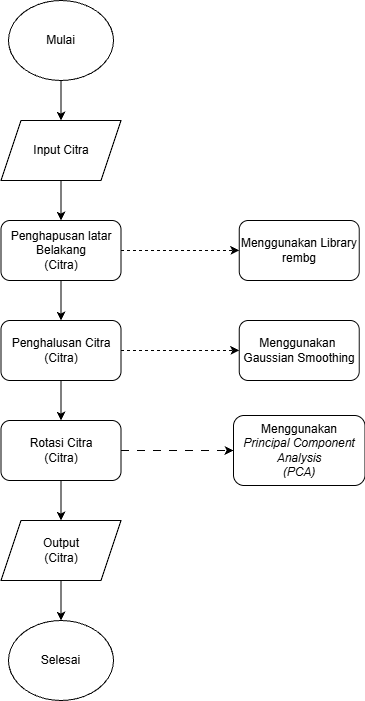
The draw.io diagram docs/latex_source/gambar/Alur Pra-Processing.png in PrabowoD/Skripsi, before a commit. Source tidied: cells renumbered, new cells last; positions are measured from the earlier drawing's top-left corner, leaving out a move shared by most shapes. Source of this version:
```xml
<mxGraphModel>
  <root>
    <mxCell id="0" />
    <mxCell id="1" parent="0" />
    <mxCell id="2" style="edgeStyle=orthogonalEdgeStyle;rounded=0;jettySize=auto;html=1;" parent="1" edge="1" source="3" target="5">
      <mxGeometry relative="1" as="geometry" />
    </mxCell>
    <mxCell id="3" value="Mulai" style="ellipse;whiteSpace=wrap;html=1;" parent="1" vertex="1">
      <mxGeometry x="7" width="105" height="80" as="geometry" />
    </mxCell>
    <mxCell id="4" style="edgeStyle=orthogonalEdgeStyle;rounded=0;jettySize=auto;html=1;" parent="1" edge="1" source="5" target="8">
      <mxGeometry relative="1" as="geometry" />
    </mxCell>
    <mxCell id="5" value="Input Citra" style="shape=parallelogram;perimeter=parallelogramPerimeter;whiteSpace=wrap;html=1;fixedSize=1;" parent="1" vertex="1">
      <mxGeometry x="-0.5" y="120" width="120" height="60" as="geometry" />
    </mxCell>
    <mxCell id="6" style="edgeStyle=orthogonalEdgeStyle;rounded=0;jettySize=auto;html=1;" parent="1" edge="1" source="8" target="11">
      <mxGeometry relative="1" as="geometry" />
    </mxCell>
    <mxCell id="7" style="edgeStyle=orthogonalEdgeStyle;rounded=0;jettySize=auto;html=1;dashed=1;" parent="1" edge="1" source="8" target="17">
      <mxGeometry relative="1" as="geometry" />
    </mxCell>
    <mxCell id="8" value="Penghapusan latar Belakang&lt;br&gt;(Citra)" style="rounded=1;whiteSpace=wrap;html=1;" parent="1" vertex="1">
      <mxGeometry x="-0.5" y="220" width="120" height="60" as="geometry" />
    </mxCell>
    <mxCell id="9" style="edgeStyle=orthogonalEdgeStyle;rounded=0;jettySize=auto;html=1;" parent="1" edge="1" source="11" target="14">
      <mxGeometry relative="1" as="geometry" />
    </mxCell>
    <mxCell id="10" style="edgeStyle=orthogonalEdgeStyle;rounded=0;jettySize=auto;html=1;dashed=1;" parent="1" edge="1" source="11" target="16">
      <mxGeometry relative="1" as="geometry" />
    </mxCell>
    <mxCell id="11" value="Penghalusan Citra&lt;br&gt;(Citra)" style="rounded=1;whiteSpace=wrap;html=1;" parent="1" vertex="1">
      <mxGeometry x="-0.5" y="320" width="120" height="60" as="geometry" />
    </mxCell>
    <mxCell id="12" style="edgeStyle=orthogonalEdgeStyle;rounded=0;jettySize=auto;html=1;dashed=1;dashPattern=8 8;" parent="1" edge="1" source="14" target="15">
      <mxGeometry relative="1" as="geometry" />
    </mxCell>
    <mxCell id="13" style="edgeStyle=orthogonalEdgeStyle;rounded=0;jettySize=auto;html=1;" parent="1" edge="1" source="14" target="19">
      <mxGeometry relative="1" as="geometry" />
    </mxCell>
    <mxCell id="14" value="Rotasi Citra&lt;br&gt;(Citra)" style="rounded=1;whiteSpace=wrap;html=1;" parent="1" vertex="1">
      <mxGeometry x="-0.5" y="420" width="120" height="60" as="geometry" />
    </mxCell>
    <mxCell id="15" value="Menggunakan&lt;br&gt;&lt;i&gt;Principal Component Analysis&lt;br&gt;(PCA)&lt;/i&gt;" style="whiteSpace=wrap;html=1;rounded=1;" parent="1" vertex="1">
      <mxGeometry x="232" y="415" width="131.5" height="70" as="geometry" />
    </mxCell>
    <mxCell id="16" value="Menggunakan&amp;nbsp;&lt;br&gt;Gaussian Smoothing" style="rounded=1;whiteSpace=wrap;html=1;" parent="1" vertex="1">
      <mxGeometry x="237.8" y="320" width="120" height="60" as="geometry" />
    </mxCell>
    <mxCell id="17" value="Menggunakan Library&lt;br&gt;rembg" style="whiteSpace=wrap;html=1;rounded=1;" parent="1" vertex="1">
      <mxGeometry x="237.8" y="220" width="120" height="60" as="geometry" />
    </mxCell>
    <mxCell id="18" style="edgeStyle=orthogonalEdgeStyle;rounded=0;jettySize=auto;html=1;entryX=0.5;entryY=0;entryDx=0;entryDy=0;" parent="1" edge="1" source="19" target="20">
      <mxGeometry relative="1" as="geometry" />
    </mxCell>
    <mxCell id="19" value="Output&lt;br&gt;(Citra)" style="shape=parallelogram;perimeter=parallelogramPerimeter;whiteSpace=wrap;html=1;fixedSize=1;" parent="1" vertex="1">
      <mxGeometry x="-0.5" y="520" width="120" height="60" as="geometry" />
    </mxCell>
    <mxCell id="20" value="Selesai" style="ellipse;whiteSpace=wrap;html=1;" parent="1" vertex="1">
      <mxGeometry x="7" y="620" width="105" height="80" as="geometry" />
    </mxCell>
  </root>
</mxGraphModel>
```
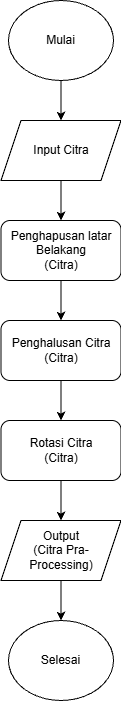
The same file after the commit.

Diff of the diagram source:
```diff
@@ -17,45 +17,27 @@
     <mxCell id="6" style="edgeStyle=orthogonalEdgeStyle;rounded=0;jettySize=auto;html=1;" parent="1" edge="1" source="8" target="11">
       <mxGeometry relative="1" as="geometry" />
     </mxCell>
-    <mxCell id="7" style="edgeStyle=orthogonalEdgeStyle;rounded=0;jettySize=auto;html=1;dashed=1;" parent="1" edge="1" source="8" target="17">
-      <mxGeometry relative="1" as="geometry" />
-    </mxCell>
     <mxCell id="8" value="Penghapusan latar Belakang&lt;br&gt;(Citra)" style="rounded=1;whiteSpace=wrap;html=1;" parent="1" vertex="1">
       <mxGeometry x="-0.5" y="220" width="120" height="60" as="geometry" />
     </mxCell>
     <mxCell id="9" style="edgeStyle=orthogonalEdgeStyle;rounded=0;jettySize=auto;html=1;" parent="1" edge="1" source="11" target="14">
       <mxGeometry relative="1" as="geometry" />
     </mxCell>
-    <mxCell id="10" style="edgeStyle=orthogonalEdgeStyle;rounded=0;jettySize=auto;html=1;dashed=1;" parent="1" edge="1" source="11" target="16">
-      <mxGeometry relative="1" as="geometry" />
-    </mxCell>
     <mxCell id="11" value="Penghalusan Citra&lt;br&gt;(Citra)" style="rounded=1;whiteSpace=wrap;html=1;" parent="1" vertex="1">
       <mxGeometry x="-0.5" y="320" width="120" height="60" as="geometry" />
     </mxCell>
-    <mxCell id="12" style="edgeStyle=orthogonalEdgeStyle;rounded=0;jettySize=auto;html=1;dashed=1;dashPattern=8 8;" parent="1" edge="1" source="14" target="15">
-      <mxGeometry relative="1" as="geometry" />
-    </mxCell>
-    <mxCell id="13" style="edgeStyle=orthogonalEdgeStyle;rounded=0;jettySize=auto;html=1;" parent="1" edge="1" source="14" target="19">
-      <mxGeometry relative="1" as="geometry" />
-    </mxCell>
+    <mxCell id="21" style="edgeStyle=orthogonalEdgeStyle;rounded=0;jettySize=auto;html=1;" parent="1" edge="1" source="14" target="23">
+      <mxGeometry relative="1" as="geometry" />
+    </mxCell>
     <mxCell id="14" value="Rotasi Citra&lt;br&gt;(Citra)" style="rounded=1;whiteSpace=wrap;html=1;" parent="1" vertex="1">
       <mxGeometry x="-0.5" y="420" width="120" height="60" as="geometry" />
     </mxCell>
-    <mxCell id="15" value="Menggunakan&lt;br&gt;&lt;i&gt;Principal Component Analysis&lt;br&gt;(PCA)&lt;/i&gt;" style="whiteSpace=wrap;html=1;rounded=1;" parent="1" vertex="1">
-      <mxGeometry x="232" y="415" width="131.5" height="70" as="geometry" />
-    </mxCell>
-    <mxCell id="16" value="Menggunakan&amp;nbsp;&lt;br&gt;Gaussian Smoothing" style="rounded=1;whiteSpace=wrap;html=1;" parent="1" vertex="1">
-      <mxGeometry x="237.8" y="320" width="120" height="60" as="geometry" />
-    </mxCell>
-    <mxCell id="17" value="Menggunakan Library&lt;br&gt;rembg" style="whiteSpace=wrap;html=1;rounded=1;" parent="1" vertex="1">
-      <mxGeometry x="237.8" y="220" width="120" height="60" as="geometry" />
-    </mxCell>
-    <mxCell id="18" style="edgeStyle=orthogonalEdgeStyle;rounded=0;jettySize=auto;html=1;entryX=0.5;entryY=0;entryDx=0;entryDy=0;" parent="1" edge="1" source="19" target="20">
-      <mxGeometry relative="1" as="geometry" />
-    </mxCell>
-    <mxCell id="19" value="Output&lt;br&gt;(Citra)" style="shape=parallelogram;perimeter=parallelogramPerimeter;whiteSpace=wrap;html=1;fixedSize=1;" parent="1" vertex="1">
-      <mxGeometry x="-0.5" y="520" width="120" height="60" as="geometry" />
-    </mxCell>
+    <mxCell id="22" style="edgeStyle=orthogonalEdgeStyle;rounded=0;jettySize=auto;html=1;entryX=0.5;entryY=0;entryDx=0;entryDy=0;" parent="1" edge="1" source="23" target="20">
+      <mxGeometry relative="1" as="geometry" />
+    </mxCell>
+    <mxCell id="23" value="Output&lt;br&gt;(Citra Pra-Processing)" style="shape=parallelogram;perimeter=parallelogramPerimeter;whiteSpace=wrap;html=1;fixedSize=1;" parent="1" vertex="1">
+      <mxGeometry x="-0.5" y="520" width="120" height="60" as="geometry" />
+    </mxCell>
     <mxCell id="20" value="Selesai" style="ellipse;whiteSpace=wrap;html=1;" parent="1" vertex="1">
       <mxGeometry x="7" y="620" width="105" height="80" as="geometry" />
     </mxCell>
```
